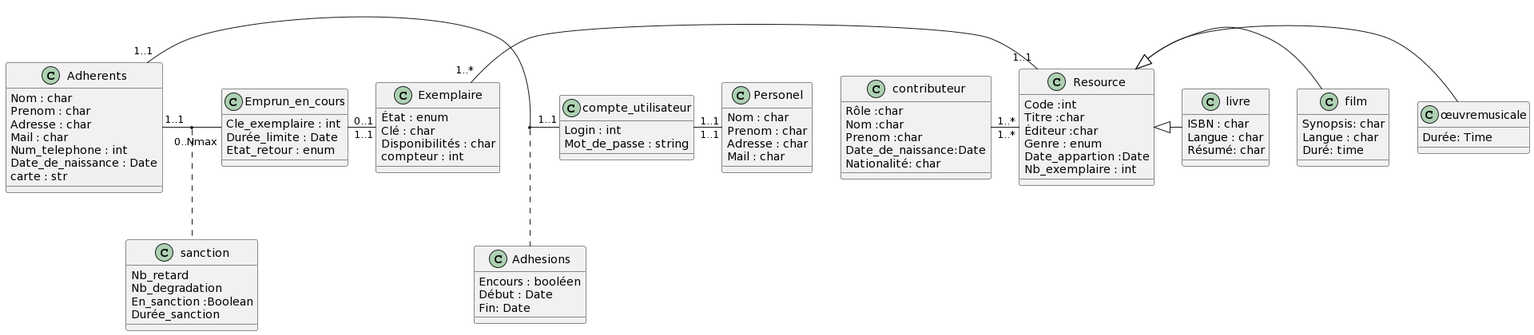
Above: Rendu1/UML.png in opoussin/ProjetBDD_Gestion_Bibliotheque (PlantUML), before the change.
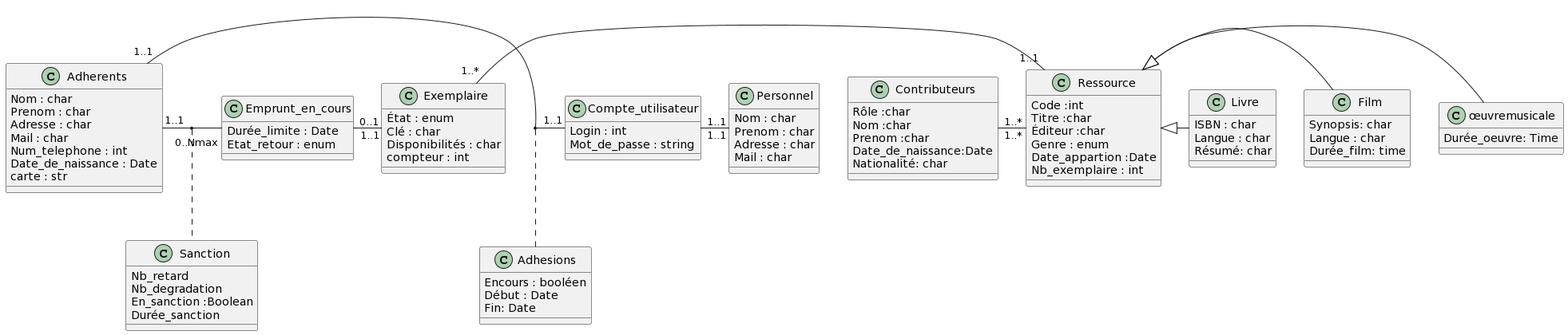
The same diagram one commit later.

Diff of the diagram source:
```diff
@@ -15,7 +15,7 @@
 carte : str
 }
 
-class Personel{
+class Personnel{
 Nom : char
 Prenom : char
 Adresse : char
@@ -29,7 +29,7 @@
 compteur : int
 }
 
-Class Resource {
+Class Ressource {
 Code :int
 Titre :char
 Éditeur :char
@@ -38,41 +38,40 @@
 Nb_exemplaire : int
 }
 
-class livre {
+class Livre {
 ISBN : char
 Langue : char
 Résumé: char
 }
 
-class film {
+class Film {
 Synopsis: char
 Langue : char
-Duré: time
+Durée_film: time
 }
 
 class œuvremusicale {
-Durée: Time
+Durée_oeuvre: Time
 }
 
-Class compte_utilisateur{
+Class Compte_utilisateur{
 Login : int
 Mot_de_passe : string
 }
 
-Class sanction{
+Class Sanction{
 Nb_retard
 Nb_degradation
 En_sanction :Boolean
 Durée_sanction
 }
 
-Class Emprun_en_cours{
-Cle_exemplaire : int
+Class Emprunt_en_cours{
 Durée_limite : Date
 Etat_retour : enum
 }
 
-Class contributeur{
+Class Contributeurs{
 Rôle :char
 Nom :char
 Prenom :char
@@ -80,18 +79,18 @@
 Nationalité: char
 }
 
-Resource <|- œuvremusicale
-Resource <|- film
-Resource <|- livre
+Ressource <|- œuvremusicale
+Ressource <|- Film
+Ressource <|- Livre
 
-Adherents "1..1" - "1..1" compte_utilisateur
-(Adherents , compte_utilisateur ) .. Adhesions
+Adherents "1..1" - "1..1" Compte_utilisateur
+(Adherents , Compte_utilisateur ) .. Adhesions
 
-Emprun_en_cours "0..1" - "1..1" Exemplaire
-contributeur "1..*" - "1..*" Resource
-Adherents "1..1" - "0..Nmax" Emprun_en_cours
-(Adherents , Emprun_en_cours ) .. sanction
+Emprunt_en_cours "0..1" - "1..1" Exemplaire
+Contributeurs "1..*" - "1..*" Ressource
+Adherents "1..1" - "0..Nmax" Emprunt_en_cours
+(Adherents , Emprunt_en_cours ) .. Sanction
 
-compte_utilisateur "1..1" - "1..1" Personel
-Exemplaire "1..*" - "1..1" Resource
+Compte_utilisateur "1..1" - "1..1" Personnel
+Exemplaire "1..*" - "1..1" Ressource
 @enduml
```
